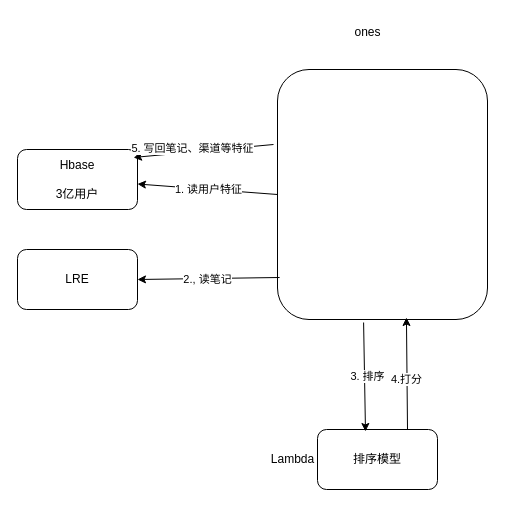
Earlier version of the draw.io diagram p1故障链路.drawio (labud/pictures). Source tidied: cells renumbered, new cells numbered last; positions are measured from the earlier drawing's top-left corner, leaving out a move shared by most shapes. Both pictures are drawn from the tidied source at 100%, with x=0, y=0 at pixel (17, 17).
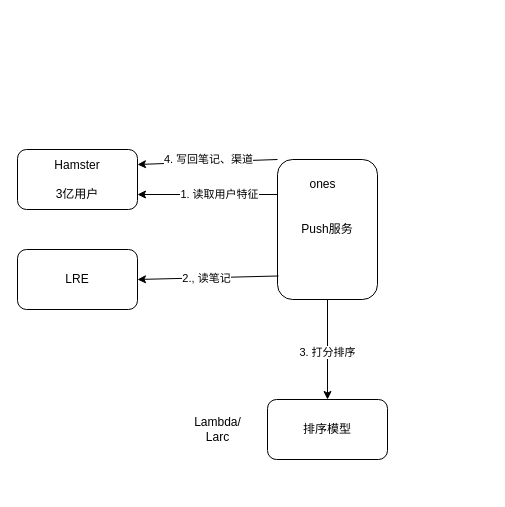
After the change.

The edit, as a diff of the source:
```diff
@@
 <mxGraphModel>
   <root>
     <mxCell id="0" />
     <mxCell id="1" parent="0" />
-    <mxCell id="2" value="Hbase&lt;div&gt;&lt;span style=&quot;background-color: transparent; color: light-dark(rgb(0, 0, 0), rgb(255, 255, 255));&quot;&gt;&lt;br&gt;&lt;/span&gt;&lt;/div&gt;&lt;div&gt;&lt;span style=&quot;background-color: transparent; color: light-dark(rgb(0, 0, 0), rgb(255, 255, 255));&quot;&gt;3亿用户&lt;/span&gt;&lt;/div&gt;" style="rounded=1;whiteSpace=wrap;html=1;" parent="1" vertex="1">
+    <mxCell id="2" value="Hamster&lt;div&gt;&lt;span style=&quot;background-color: transparent; color: light-dark(rgb(0, 0, 0), rgb(255, 255, 255));&quot;&gt;&lt;br&gt;&lt;/span&gt;&lt;/div&gt;&lt;div&gt;&lt;span style=&quot;background-color: transparent; color: light-dark(rgb(0, 0, 0), rgb(255, 255, 255));&quot;&gt;3亿用户&lt;/span&gt;&lt;/div&gt;" style="rounded=1;whiteSpace=wrap;html=1;" parent="1" vertex="1">
       <mxGeometry y="132" width="120" height="60" as="geometry" />
     </mxCell>
-    <mxCell id="3" style="rounded=1;whiteSpace=wrap;html=1;" parent="1" vertex="1">
-      <mxGeometry x="260" y="52" width="210" height="250" as="geometry" />
+    <mxCell id="3" value="Push服务" style="rounded=1;whiteSpace=wrap;html=1;" parent="1" vertex="1">
+      <mxGeometry x="260" y="142" width="100" height="140" as="geometry" />
     </mxCell>
-    <mxCell id="4" value="1. 读用户特征" style="endArrow=classic;html=1;rounded=0;exitX=0;exitY=0.5;exitDx=0;exitDy=0;" parent="1" edge="1" source="3" target="2">
-      <mxGeometry x="-0.01" relative="1" as="geometry" />
-    </mxCell>
     <mxCell id="5" value="ones" style="text;html=1;align=center;verticalAlign=middle;strokeColor=none;fillColor=none;" parent="1" vertex="1">
-      <mxGeometry x="325" width="50" height="30" as="geometry" />
+      <mxGeometry x="280" y="152" width="50" height="30" as="geometry" />
     </mxCell>
     <mxCell id="6" value="LRE" style="rounded=1;whiteSpace=wrap;html=1;" parent="1" vertex="1">
       <mxGeometry y="232" width="120" height="60" as="geometry" />
     </mxCell>
     <mxCell id="7" style="endArrow=classic;html=1;rounded=0;exitX=0.01;exitY=0.832;exitDx=0;exitDy=0;exitPerimeter=0;entryX=1;entryY=0.5;entryDx=0;entryDy=0;" parent="1" edge="1" source="3" target="6">
       <mxGeometry relative="1" as="geometry" />
     </mxCell>
     <mxCell id="8" value="2., 读笔记" style="edgeLabel;html=1;align=center;verticalAlign=middle;" parent="7" vertex="1">
       <mxGeometry x="0.03" relative="1" as="geometry" />
     </mxCell>
     <mxCell id="9" value="排序模型" style="rounded=1;whiteSpace=wrap;html=1;" parent="1" vertex="1">
-      <mxGeometry x="300" y="412" width="120" height="60" as="geometry" />
+      <mxGeometry x="250" y="382" width="120" height="60" as="geometry" />
     </mxCell>
-    <mxCell id="10" value="Lambda" style="text;html=1;align=center;verticalAlign=middle;strokeColor=none;fillColor=none;" parent="1" vertex="1">
-      <mxGeometry x="240" y="427" width="70" height="30" as="geometry" />
+    <mxCell id="10" value="Lambda/&lt;div&gt;Larc&lt;/div&gt;" style="text;html=1;align=center;verticalAlign=middle;strokeColor=none;fillColor=none;" parent="1" vertex="1">
+      <mxGeometry x="165" y="392" width="70" height="40" as="geometry" />
     </mxCell>
+    <mxCell id="17" style="endArrow=classic;html=1;rounded=0;exitX=0;exitY=0;exitDx=0;exitDy=0;entryX=1;entryY=0.25;entryDx=0;entryDy=0;" parent="1" edge="1" source="3" target="2">
+      <mxGeometry relative="1" as="geometry" />
+    </mxCell>
+    <mxCell id="18" value="4. 写回笔记、渠道" style="edgeLabel;html=1;align=center;verticalAlign=middle;" parent="17" vertex="1">
+      <mxGeometry x="0.19" relative="1" as="geometry">
+        <mxPoint x="13" y="-3" as="offset" />
+      </mxGeometry>
+    </mxCell>
+    <mxCell id="19" style="endArrow=classic;html=1;rounded=0;exitX=0;exitY=0.25;exitDx=0;exitDy=0;entryX=1;entryY=0.75;entryDx=0;entryDy=0;" parent="1" edge="1" source="3" target="2">
+      <mxGeometry relative="1" as="geometry" />
+    </mxCell>
+    <mxCell id="20" value="1. 读取用户特征" style="edgeLabel;html=1;align=center;verticalAlign=middle;" parent="19" vertex="1">
+      <mxGeometry x="-0.16" y="-1" relative="1" as="geometry" />
+    </mxCell>
-    <mxCell id="11" style="endArrow=classic;html=1;rounded=0;exitX=0.41;exitY=1.012;exitDx=0;exitDy=0;exitPerimeter=0;entryX=0.4;entryY=0.033;entryDx=0;entryDy=0;entryPerimeter=0;" parent="1" edge="1" source="3" target="9">
+    <mxCell id="11" style="endArrow=classic;html=1;rounded=0;exitX=0.5;exitY=1;exitDx=0;exitDy=0;entryX=0.5;entryY=0;entryDx=0;entryDy=0;" parent="1" edge="1" source="3" target="9">
       <mxGeometry relative="1" as="geometry" />
     </mxCell>
-    <mxCell id="12" value="3. 排序" style="edgeLabel;html=1;align=center;verticalAlign=middle;" parent="11" vertex="1">
-      <mxGeometry x="-0.01" y="2" relative="1" as="geometry" />
-    </mxCell>
-    <mxCell id="13" style="endArrow=classic;html=1;rounded=0;entryX=0.614;entryY=0.992;entryDx=0;entryDy=0;entryPerimeter=0;" parent="1" edge="1" target="3">
-      <mxGeometry relative="1" as="geometry">
-        <mxPoint x="390" y="412" as="sourcePoint" />
-      </mxGeometry>
-    </mxCell>
-    <mxCell id="14" value="4.打分" style="edgeLabel;html=1;align=center;verticalAlign=middle;" parent="13" vertex="1">
-      <mxGeometry x="-0.09" y="1" relative="1" as="geometry" />
-    </mxCell>
-    <mxCell id="15" style="endArrow=classic;html=1;rounded=0;exitX=-0.019;exitY=0.3;exitDx=0;exitDy=0;exitPerimeter=0;entryX=0.967;entryY=0.133;entryDx=0;entryDy=0;entryPerimeter=0;" parent="1" edge="1" source="3" target="2">
-      <mxGeometry relative="1" as="geometry" />
-    </mxCell>
-    <mxCell id="16" value="5. 写回笔记、渠道等特征" style="edgeLabel;html=1;align=center;verticalAlign=middle;" parent="15" vertex="1">
-      <mxGeometry x="0.15" y="-4" relative="1" as="geometry" />
-    </mxCell>
+    <mxCell id="21" value="3. 打分排序" style="edgeLabel;html=1;align=center;verticalAlign=middle;" parent="11" vertex="1">
+      <mxGeometry x="0.04" y="-1" relative="1" as="geometry" />
+    </mxCell>
   </root>
 </mxGraphModel>
```
